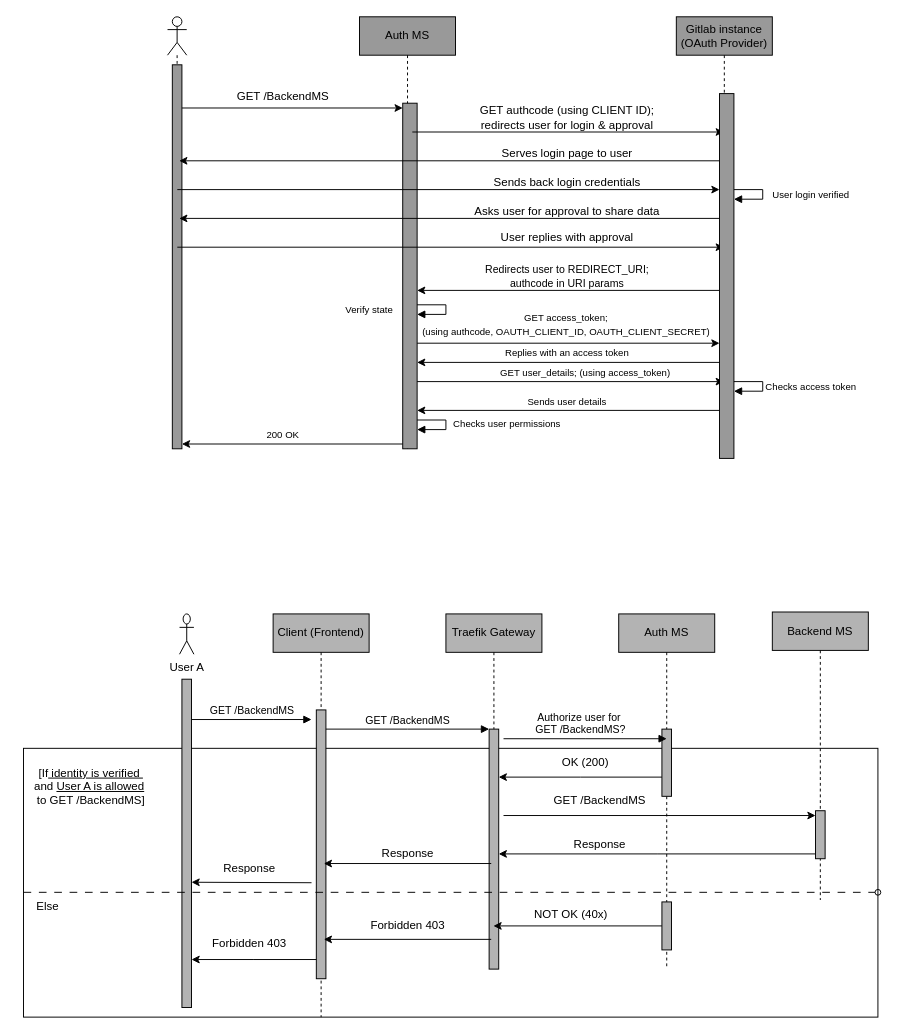
INTO-CPS-Association/DTaaS keeps this draw.io diagram as docs/developer/oauth/AUTHMS.drawio. Above is the earlier version. Source tidied: cells renumbered, new cells numbered last; positions are measured from the earlier drawing's top-left corner, leaving out a move shared by most shapes. Both pictures are drawn from the tidied source at 96%, with x=0, y=0 at pixel (23, 16).
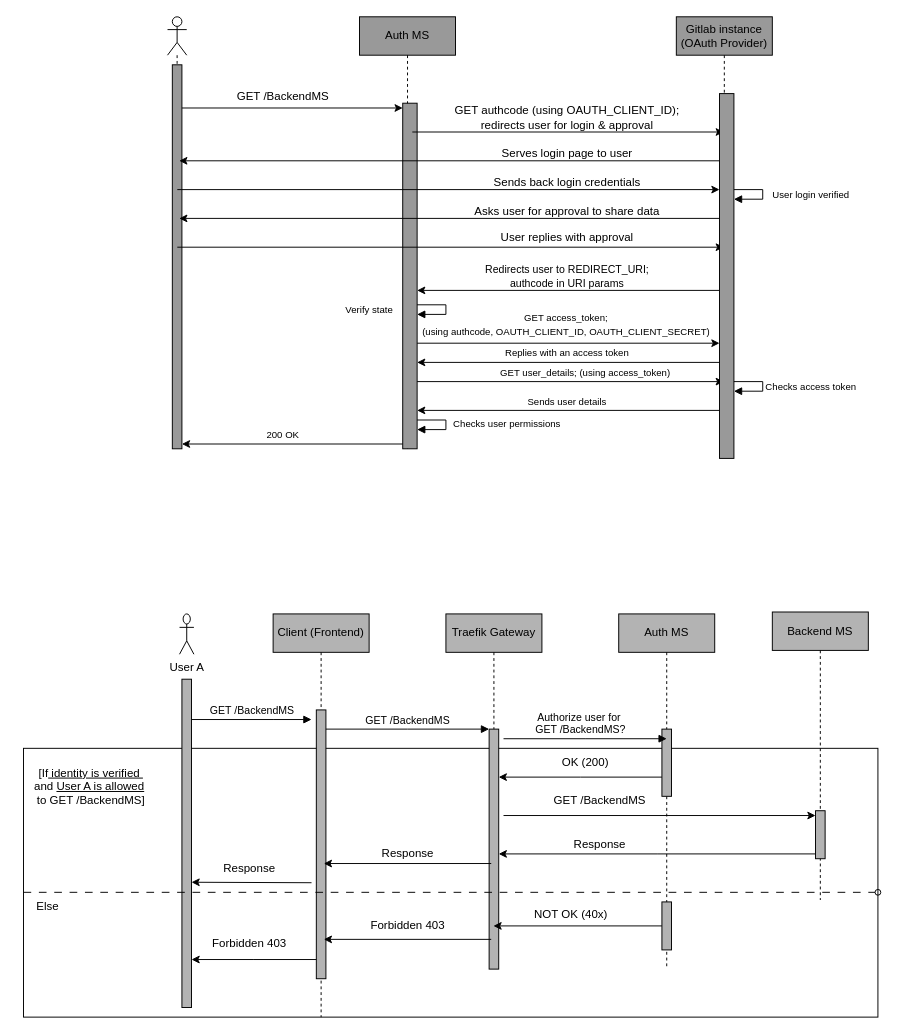
After the change.

Commit message:
Update auth microservice diagram

Diff of the diagram source:
```diff
@@
-    <mxCell id="23" value="GET authcode (using CLIENT ID);&lt;br&gt;redirects user for login &amp;amp; approval" style="text;html=1;align=center;verticalAlign=middle;strokeColor=none;fillColor=none;" parent="1" vertex="1">
+    <mxCell id="23" value="GET authcode (using OAUTH_CLIENT_ID);&lt;br&gt;redirects user for login &amp;amp; approval" style="text;html=1;align=center;verticalAlign=middle;strokeColor=none;fillColor=none;" parent="1" vertex="1">
       <mxGeometry x="461" y="85" width="210" height="40" as="geometry" />
     </mxCell>
```
